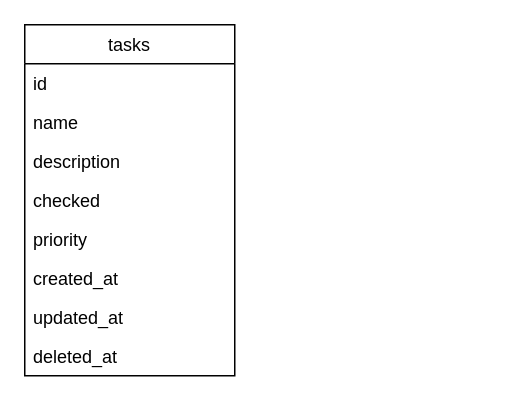
Earlier version of the draw.io diagram smart-todo.drawio (SergiyStebelskiy/smart-todo-api). Source tidied: cells renumbered, new cells numbered last; positions are measured from the earlier drawing's top-left corner, leaving out a move shared by most shapes. Both pictures are drawn from the tidied source at 150%, with x=0, y=0 at pixel (24, 24).
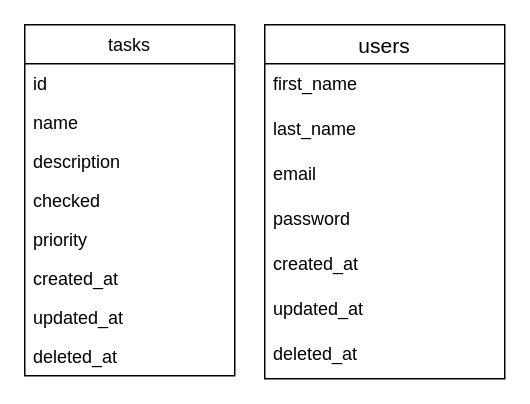
After the change.

Commit message (it also covers changes not shown here):
users init

Change to the diagram source:
```diff
@@
 <mxGraphModel>
   <root>
     <mxCell id="0" />
     <mxCell id="1" parent="0" />
     <mxCell id="2" value="tasks" style="swimlane;fontStyle=0;horizontal=1;startSize=26;" parent="1" vertex="1">
       <mxGeometry width="140" height="234" as="geometry" />
     </mxCell>
     <mxCell id="3" value="id" style="text;strokeColor=none;fillColor=none;align=left;verticalAlign=top;spacingLeft=4;spacingRight=4;overflow=hidden;" parent="2" vertex="1">
       <mxGeometry y="26" width="140" height="26" as="geometry" />
     </mxCell>
     <mxCell id="4" value="name" style="text;strokeColor=none;fillColor=none;align=left;verticalAlign=top;spacingLeft=4;spacingRight=4;overflow=hidden;" parent="2" vertex="1">
       <mxGeometry y="52" width="140" height="26" as="geometry" />
     </mxCell>
     <mxCell id="5" value="description" style="text;strokeColor=none;fillColor=none;align=left;verticalAlign=top;spacingLeft=4;spacingRight=4;overflow=hidden;" parent="2" vertex="1">
       <mxGeometry y="78" width="140" height="26" as="geometry" />
     </mxCell>
     <mxCell id="6" value="checked" style="text;strokeColor=none;fillColor=none;align=left;verticalAlign=top;spacingLeft=4;spacingRight=4;overflow=hidden;" parent="2" vertex="1">
       <mxGeometry y="104" width="140" height="26" as="geometry" />
     </mxCell>
     <mxCell id="7" value="priority&#10;&#10;" style="text;strokeColor=none;fillColor=none;align=left;verticalAlign=top;spacingLeft=4;spacingRight=4;overflow=hidden;" parent="2" vertex="1">
       <mxGeometry y="130" width="140" height="26" as="geometry" />
     </mxCell>
     <mxCell id="8" value="created_at" style="text;strokeColor=none;fillColor=none;align=left;verticalAlign=top;spacingLeft=4;spacingRight=4;overflow=hidden;" parent="2" vertex="1">
       <mxGeometry y="156" width="140" height="26" as="geometry" />
     </mxCell>
     <mxCell id="9" value="updated_at" style="text;strokeColor=none;fillColor=none;align=left;verticalAlign=top;spacingLeft=4;spacingRight=4;overflow=hidden;" parent="2" vertex="1">
       <mxGeometry y="182" width="140" height="26" as="geometry" />
     </mxCell>
     <mxCell id="10" value="deleted_at" style="text;strokeColor=none;fillColor=none;align=left;verticalAlign=top;spacingLeft=4;spacingRight=4;overflow=hidden;" parent="2" vertex="1">
       <mxGeometry y="208" width="140" height="26" as="geometry" />
     </mxCell>
+    <mxCell id="11" value="users" style="swimlane;fontStyle=0;horizontal=1;startSize=26;align=center;fontSize=14;" parent="1" vertex="1">
+      <mxGeometry x="160" width="160" height="236" as="geometry" />
+    </mxCell>
+    <mxCell id="12" value="first_name" style="text;strokeColor=none;fillColor=none;spacingLeft=4;spacingRight=4;overflow=hidden;fontSize=12;" parent="11" vertex="1">
+      <mxGeometry y="26" width="160" height="30" as="geometry" />
+    </mxCell>
+    <mxCell id="13" value="last_name" style="text;strokeColor=none;fillColor=none;spacingLeft=4;spacingRight=4;overflow=hidden;fontSize=12;" parent="11" vertex="1">
+      <mxGeometry y="56" width="160" height="30" as="geometry" />
+    </mxCell>
+    <mxCell id="14" value="email" style="text;strokeColor=none;fillColor=none;spacingLeft=4;spacingRight=4;overflow=hidden;fontSize=12;" parent="11" vertex="1">
+      <mxGeometry y="86" width="160" height="30" as="geometry" />
+    </mxCell>
+    <mxCell id="15" value="password" style="text;strokeColor=none;fillColor=none;spacingLeft=4;spacingRight=4;overflow=hidden;fontSize=12;" parent="11" vertex="1">
+      <mxGeometry y="116" width="160" height="30" as="geometry" />
+    </mxCell>
+    <mxCell id="16" value="created_at" style="text;strokeColor=none;fillColor=none;spacingLeft=4;spacingRight=4;overflow=hidden;fontSize=12;" parent="11" vertex="1">
+      <mxGeometry y="146" width="160" height="30" as="geometry" />
+    </mxCell>
+    <mxCell id="17" value="updated_at" style="text;strokeColor=none;fillColor=none;spacingLeft=4;spacingRight=4;overflow=hidden;fontSize=12;" parent="11" vertex="1">
+      <mxGeometry y="176" width="160" height="30" as="geometry" />
+    </mxCell>
+    <mxCell id="18" value="deleted_at" style="text;strokeColor=none;fillColor=none;spacingLeft=4;spacingRight=4;overflow=hidden;fontSize=12;" parent="11" vertex="1">
+      <mxGeometry y="206" width="160" height="30" as="geometry" />
+    </mxCell>
   </root>
 </mxGraphModel>
```
